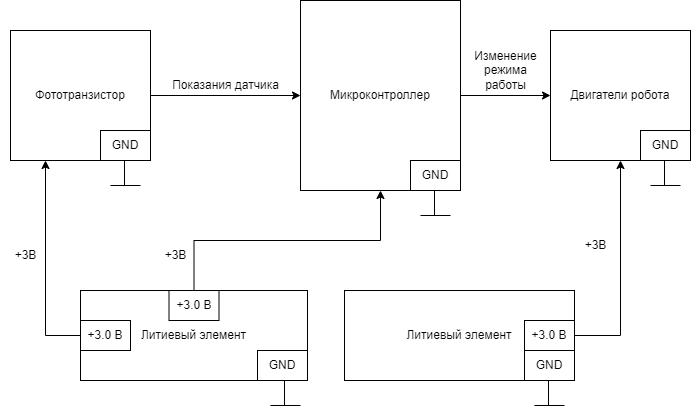
IlyaFedoseev227/LABS-PNRPU-IVT-22-1b keeps this draw.io diagram as Cхемыч.png. Above is the earlier version. Source tidied: cells renumbered, new cells last; positions are measured from the earlier drawing's top-left corner, leaving out a move shared by most shapes.
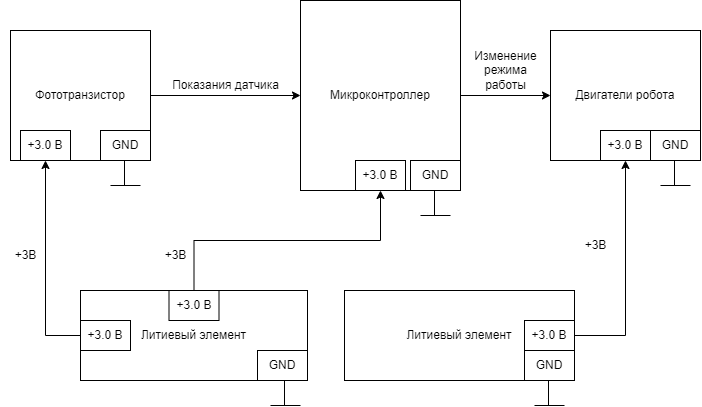
After the commit.

The edit, as a diff of the source:
```diff
@@ -24,7 +24,7 @@
       <mxGeometry x="10" y="30" width="140" height="130" as="geometry" />
     </mxCell>
     <mxCell id="9" value="Двигатели робота" style="rounded=0;whiteSpace=wrap;html=1;" parent="1" vertex="1">
-      <mxGeometry x="550" y="30" width="140" height="130" as="geometry" />
+      <mxGeometry x="550" y="30" width="150" height="130" as="geometry" />
     </mxCell>
     <mxCell id="10" style="edgeStyle=orthogonalEdgeStyle;rounded=0;jettySize=auto;html=1;exitX=1;exitY=0.5;exitDx=0;exitDy=0;entryX=0.5;entryY=1;entryDx=0;entryDy=0;" parent="1" edge="1" source="11" target="9">
       <mxGeometry relative="1" as="geometry" />
@@ -82,14 +82,14 @@
     </mxCell>
     <mxCell id="20" style="endArrow=none;html=1;rounded=0;" parent="1" edge="1">
       <mxGeometry relative="1" as="geometry">
-        <mxPoint x="664" y="185" as="sourcePoint" />
-        <mxPoint x="664" y="160" as="targetPoint" />
+        <mxPoint x="674" y="185" as="sourcePoint" />
+        <mxPoint x="674" y="160" as="targetPoint" />
       </mxGeometry>
     </mxCell>
     <mxCell id="21" style="endArrow=none;html=1;rounded=0;" parent="1" edge="1">
       <mxGeometry relative="1" as="geometry">
-        <mxPoint x="650" y="185" as="sourcePoint" />
-        <mxPoint x="680" y="185" as="targetPoint" />
+        <mxPoint x="660" y="185" as="sourcePoint" />
+        <mxPoint x="690" y="185" as="targetPoint" />
       </mxGeometry>
     </mxCell>
     <mxCell id="22" value="+3B" style="text;html=1;align=center;verticalAlign=middle;strokeColor=none;fillColor=none;" parent="1" vertex="1">
@@ -117,7 +117,7 @@
       <mxGeometry x="410" y="160" width="50" height="30" as="geometry" />
     </mxCell>
     <mxCell id="30" value="GND" style="rounded=0;whiteSpace=wrap;html=1;" parent="1" vertex="1">
-      <mxGeometry x="640" y="130" width="50" height="30" as="geometry" />
+      <mxGeometry x="650" y="130" width="50" height="30" as="geometry" />
     </mxCell>
     <mxCell id="31" value="GND" style="rounded=0;whiteSpace=wrap;html=1;" parent="1" vertex="1">
       <mxGeometry x="524" y="350" width="50" height="30" as="geometry" />
@@ -131,5 +131,14 @@
     <mxCell id="34" value="+3.0 B" style="rounded=0;whiteSpace=wrap;html=1;" parent="1" vertex="1">
       <mxGeometry x="524" y="320" width="50" height="30" as="geometry" />
     </mxCell>
+    <mxCell id="35" value="+3.0 B" style="rounded=0;whiteSpace=wrap;html=1;" parent="1" vertex="1">
+      <mxGeometry x="20" y="130" width="50" height="30" as="geometry" />
+    </mxCell>
+    <mxCell id="36" value="+3.0 B" style="rounded=0;whiteSpace=wrap;html=1;" parent="1" vertex="1">
+      <mxGeometry x="355" y="160" width="50" height="30" as="geometry" />
+    </mxCell>
+    <mxCell id="37" value="+3.0 B" style="rounded=0;whiteSpace=wrap;html=1;" parent="1" vertex="1">
+      <mxGeometry x="600" y="130" width="50" height="30" as="geometry" />
+    </mxCell>
   </root>
 </mxGraphModel>
```
